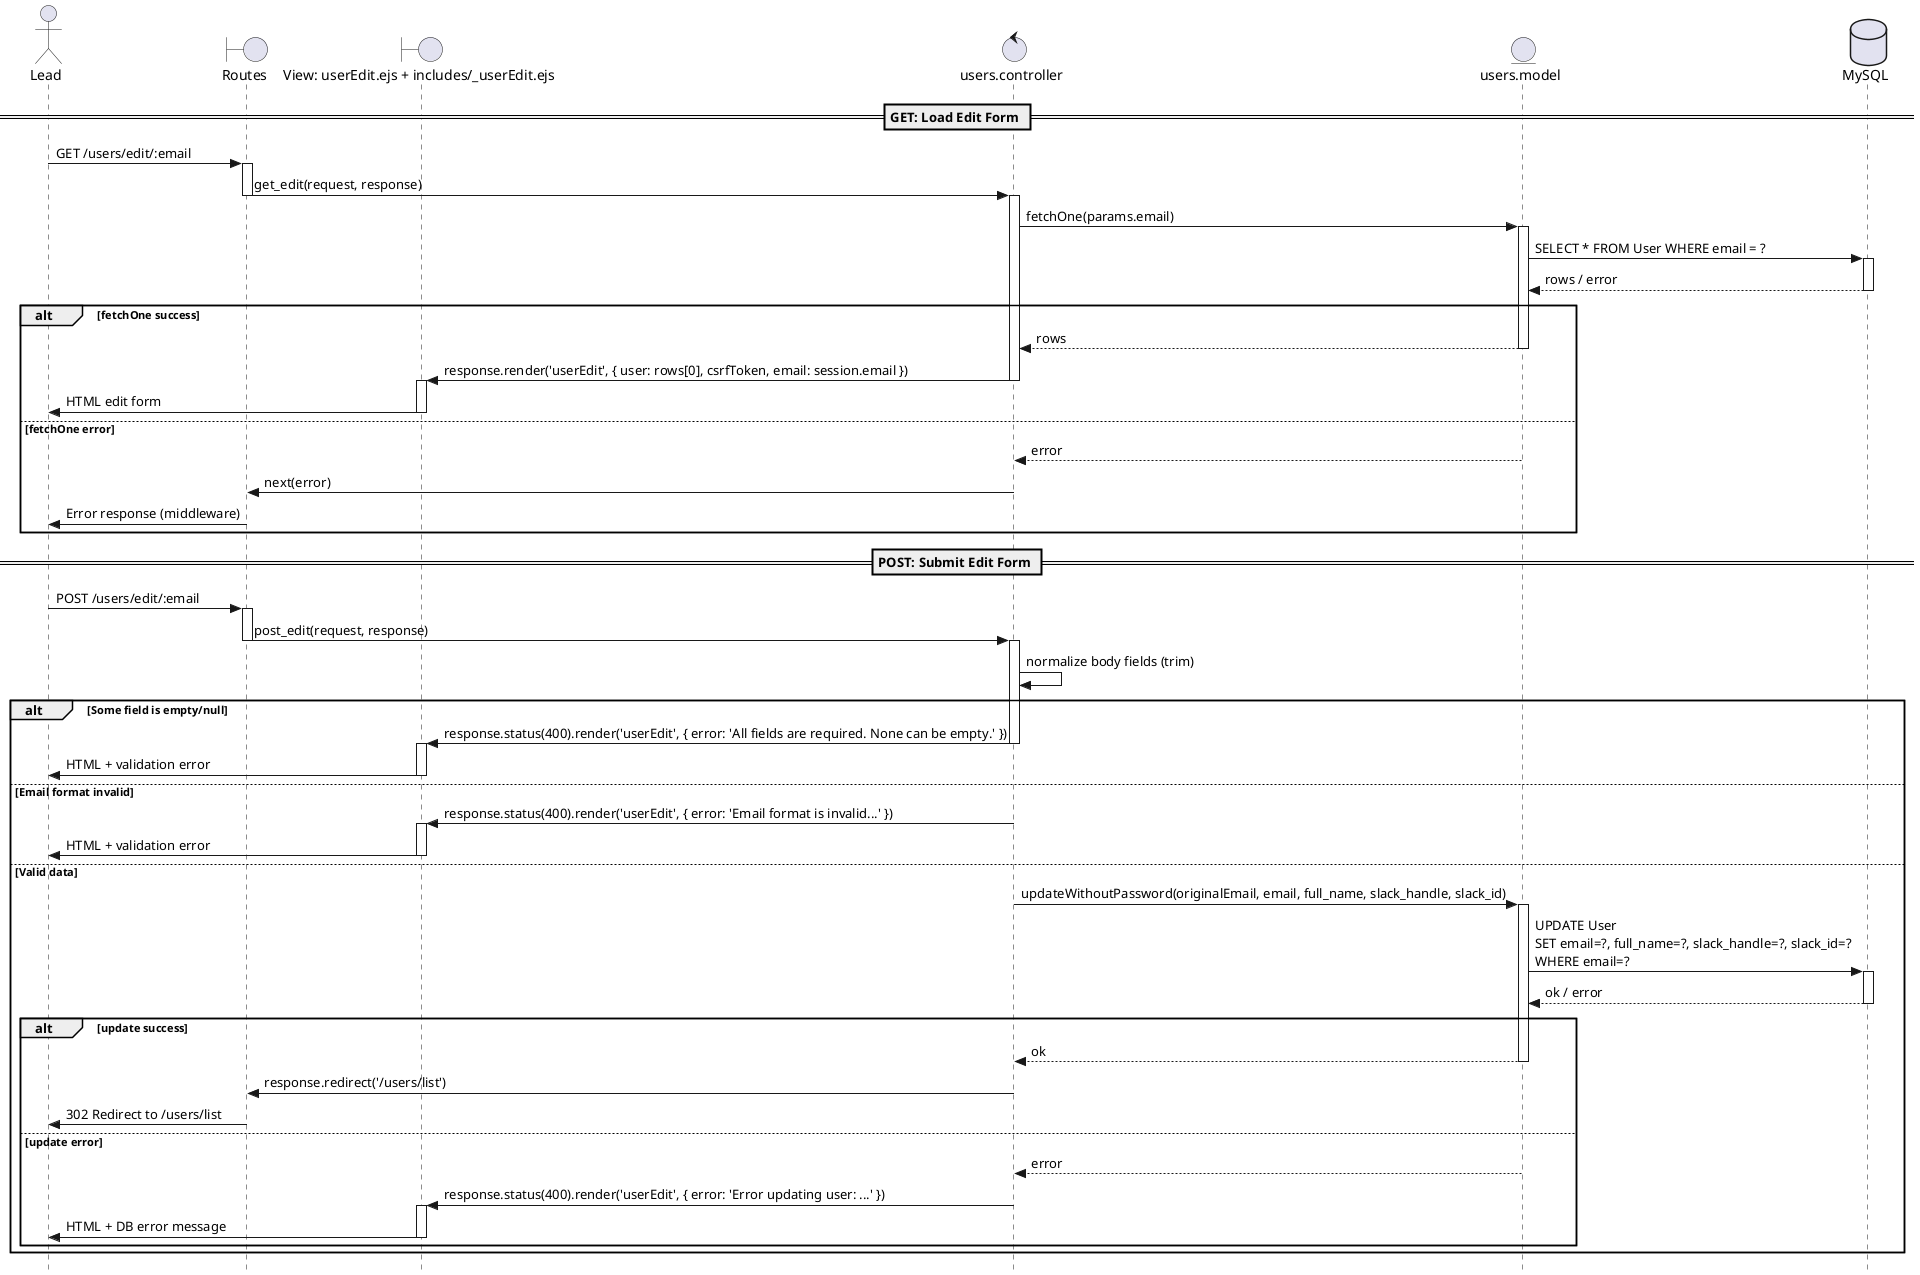
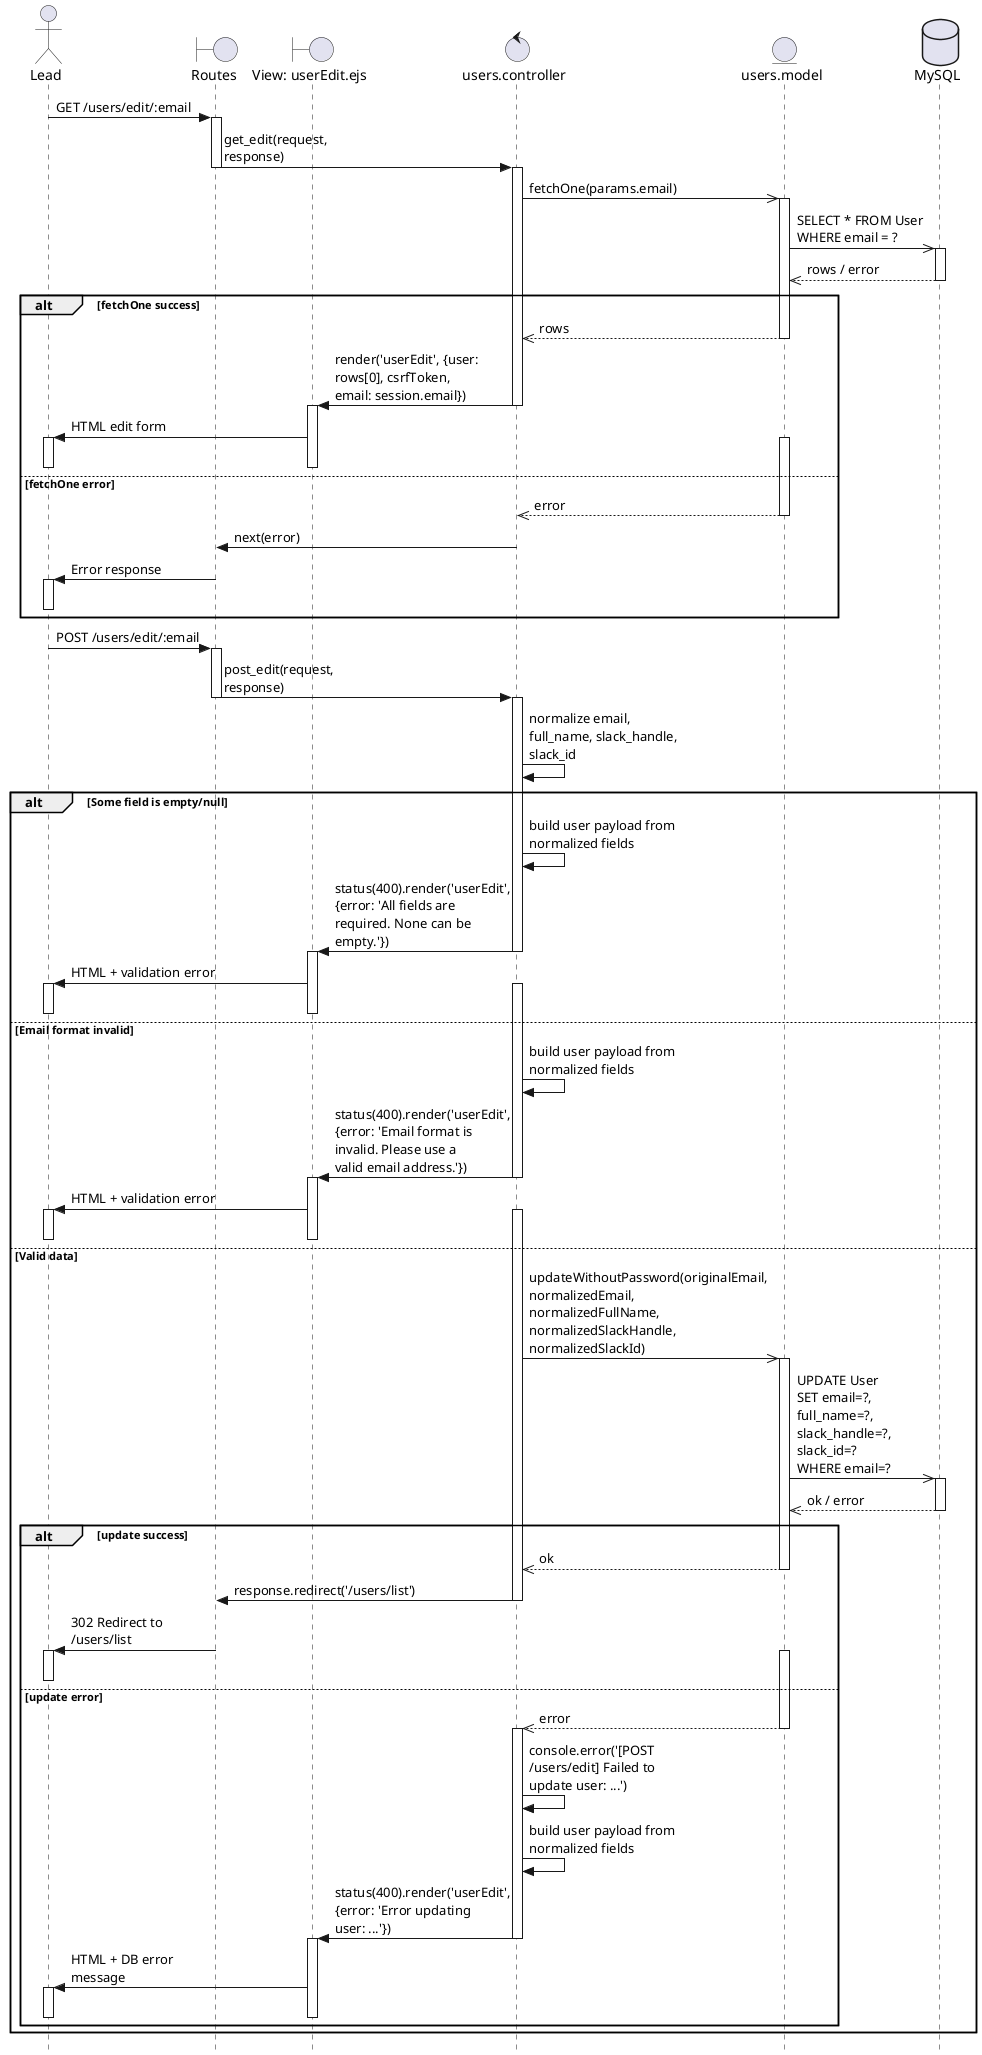
@startuml
skinparam style strictuml
+ skinparam maxmessagesize 150

actor Lead as U
boundary "Routes" as RO
- boundary "View: userEdit.ejs + includes/_userEdit.ejs" as V
+ boundary "View: userEdit.ejs" as V
control "users.controller" as C
entity "users.model" as UM
database "MySQL" as BD

- == GET: Load Edit Form ==

U -> RO: GET /users/edit/:email
+ deactivate U
+ 
activate RO
RO -> C: get_edit(request, response)
deactivate RO

activate C
- C -> UM: fetchOne(params.email)
+ C ->> UM: fetchOne(params.email)
activate UM
- UM -> BD: SELECT * FROM User WHERE email = ?
+ 
+ UM ->> BD: SELECT * FROM User\nWHERE email = ?
activate BD
- BD --> UM: rows / error
+ BD -->> UM: rows / error
deactivate BD

alt fetchOne success
-     UM --> C: rows
+     UM -->> C: rows
    deactivate UM
-     C -> V: response.render('userEdit', { user: rows[0], csrfToken, email: session.email })
+ 
+     C -> V: render('userEdit', {user: rows[0], csrfToken, email: session.email})
    deactivate C

    activate V
    V -> U: HTML edit form
+     activate U
+     deactivate U
    deactivate V
else fetchOne error
-     UM --> C: error
+ 
+     activate UM
+     UM -->> C: error
    deactivate UM
+ 
    C -> RO: next(error)
    deactivate C
-     RO -> U: Error response (middleware)
+     RO -> U: Error response
+     activate U
+     deactivate U
end

- == POST: Submit Edit Form ==

U -> RO: POST /users/edit/:email
+ deactivate U
+ 
activate RO
RO -> C: post_edit(request, response)
deactivate RO

activate C
- C -> C: normalize body fields (trim)
+ C -> C: normalize email, full_name, slack_handle, slack_id

alt Some field is empty/null
-     C -> V: response.status(400).render('userEdit', { error: 'All fields are required. None can be empty.' })
+     C -> C: build user payload from normalized fields
+     C -> V: status(400).render('userEdit', {error: 'All fields are required. None can be empty.'})
    deactivate C
+ 
    activate V
    V -> U: HTML + validation error
+     activate U
+     deactivate U
    deactivate V

else Email format invalid
-     C -> V: response.status(400).render('userEdit', { error: 'Email format is invalid...' })
+     activate C
+     C -> C: build user payload from normalized fields
+     C -> V: status(400).render('userEdit', {error: 'Email format is invalid. Please use a valid email address.'})
    deactivate C
+ 
    activate V
    V -> U: HTML + validation error
+     activate U
+     deactivate U
    deactivate V

else Valid data
-     C -> UM: updateWithoutPassword(originalEmail, email, full_name, slack_handle, slack_id)
+     activate C
+     C ->> UM: updateWithoutPassword(originalEmail, normalizedEmail, normalizedFullName, normalizedSlackHandle, normalizedSlackId)
    activate UM
-     UM -> BD: UPDATE User\nSET email=?, full_name=?, slack_handle=?, slack_id=?\nWHERE email=?
+ 
+     UM ->> BD: UPDATE User\nSET email=?, full_name=?, slack_handle=?, slack_id=?\nWHERE email=?
    activate BD
-     BD --> UM: ok / error
+     BD -->> UM: ok / error
    deactivate BD

    alt update success
-         UM --> C: ok
+         UM -->> C: ok
        deactivate UM
+ 
        C -> RO: response.redirect('/users/list')
        deactivate C
        RO -> U: 302 Redirect to /users/list
+         activate U
+         deactivate U
    else update error
-         UM --> C: error
+         activate UM
+         UM -->> C: error
        deactivate UM
-         C -> V: response.status(400).render('userEdit', { error: 'Error updating user: ...' })
+         activate C
+         C -> C: console.error('[POST /users/edit] Failed to update user: ...')
+         C -> C: build user payload from normalized fields
+         C -> V: status(400).render('userEdit', {error: 'Error updating user: ...'})
        deactivate C
+ 
        activate V
        V -> U: HTML + DB error message
+         activate U
+         deactivate U
        deactivate V
    end
end

@enduml